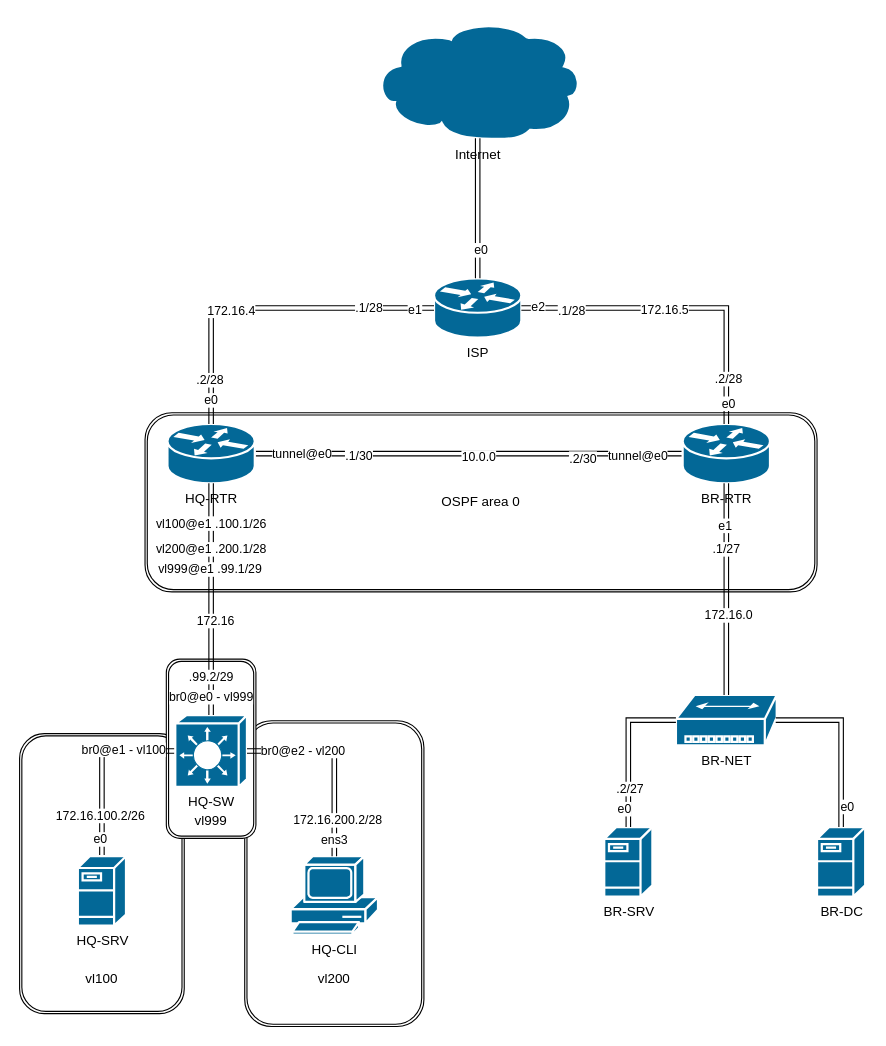
Before: useful/DemExamTopology.drawio in ElectrieCat/DemExam2025-SSA, a draw.io diagram. Source tidied: cells renumbered, new cells numbered last; positions are measured from the earlier drawing's top-left corner, leaving out a move shared by most shapes. Both pictures are drawn from the tidied source at 112%, with x=0, y=0 at pixel (19, 20).
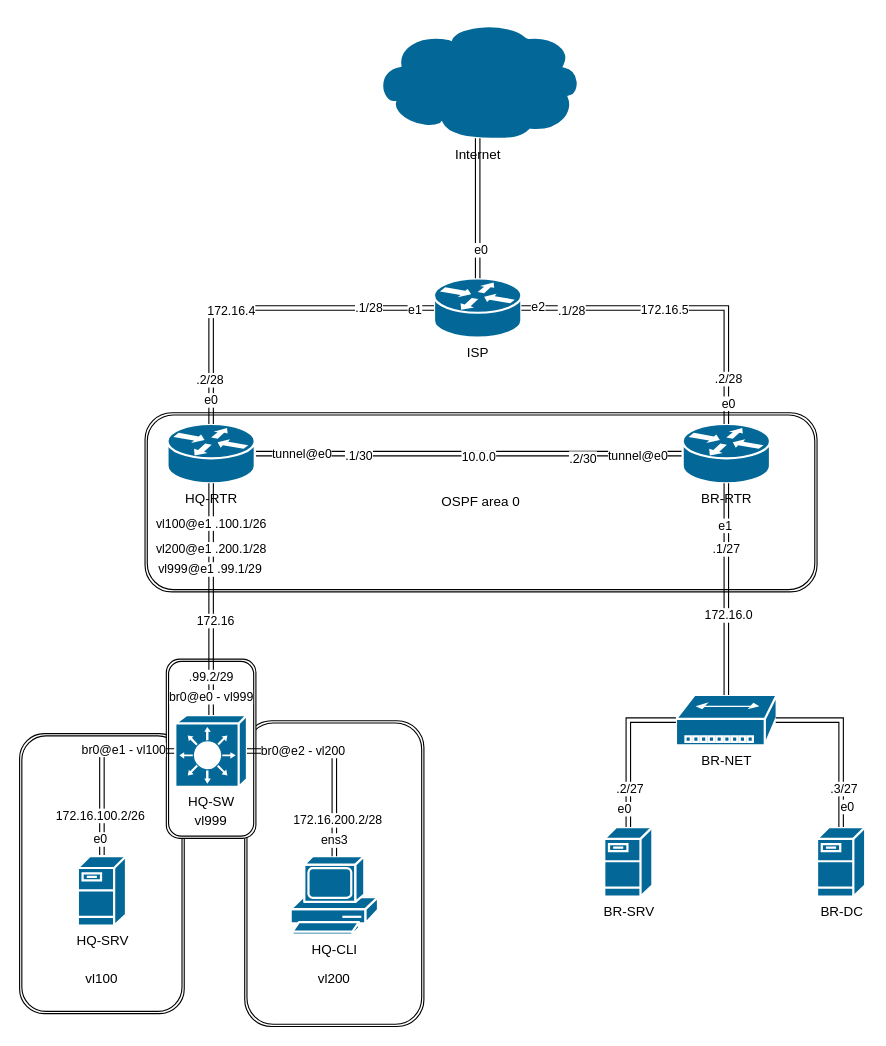
The same diagram, later.

Commit message (it also covers changes not shown here):
Added hopefully working partial solution to task 1 in module 3, topology update for module 3

The change refers to these unchanged cells:
```xml
<mxCell id="51" style="edgeStyle=orthogonalEdgeStyle;rounded=0;jettySize=auto;html=1;exitX=0.99;exitY=0.5;exitDx=0;exitDy=0;exitPerimeter=0;entryX=0.5;entryY=0;entryDx=0;entryDy=0;entryPerimeter=0;shape=link;" parent="1" edge="1" source="16" target="25">
  <mxGeometry relative="1" as="geometry" />
</mxCell>
```

The edit, as a diff of the source:
```diff
@@
+    <mxCell id="60" value=".3/27" style="edgeLabel;html=1;align=center;verticalAlign=middle;" parent="51" vertex="1">
+      <mxGeometry x="0.55" y="2" relative="1" as="geometry" />
+    </mxCell>
```
